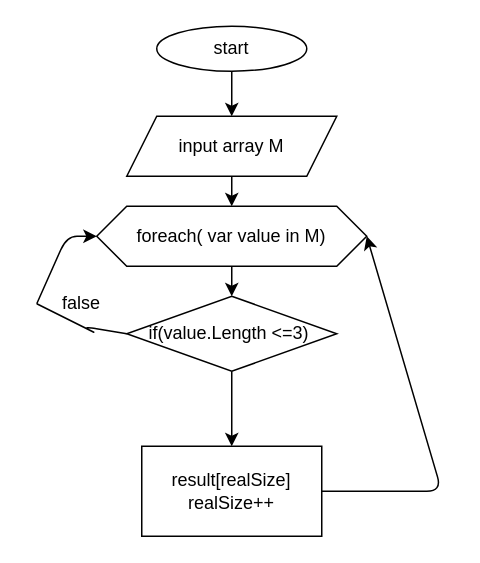
The draw.io diagram test.drawio in mamedovsh/FinalTask, before the edit. Source tidied: cells renumbered, new cells numbered last; positions are measured from the earlier drawing's top-left corner, leaving out a move shared by most shapes. Both pictures are drawn from the tidied source at 150%, with x=0, y=0 at pixel (36, 26).
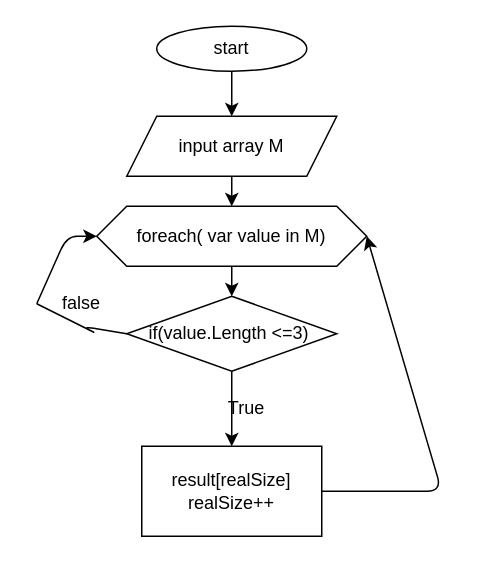
Above is the later version.

Commit message (it also covers changes not shown here):
Изменен файл Readme.md с описанием задачи и решения

The edit, as a diff of the source:
```diff
@@
+    <mxCell id="15" value="True" style="text;html=1;strokeColor=none;fillColor=none;align=center;verticalAlign=middle;whiteSpace=wrap;rounded=0;" parent="1" vertex="1">
+      <mxGeometry x="110" y="240" width="60" height="30" as="geometry" />
+    </mxCell>
```
